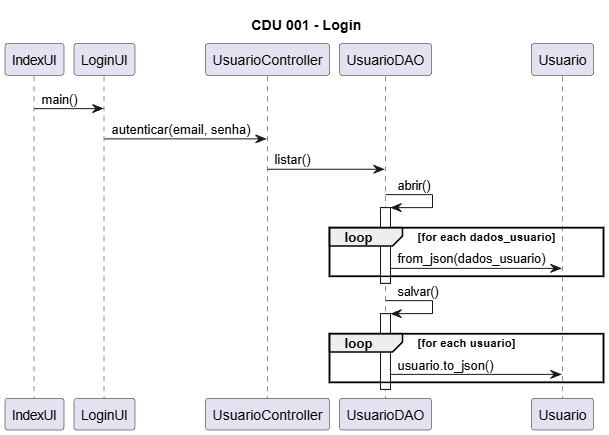
Before: diagramas/imagens/diagramas_de_sequencia/cdu_001.png, a diagram exported from PlantUML (B1EL124/Projeto-QSEVA). Its source is kept beside it as diagramas/plantUML/diagramas_de_sequencia/cdu_001.puml. The source it was exported from:
```plantuml
@startuml cdu_001_login
title CDU 001 - Login

participant IndexUI
participant LoginUI
participant UsuarioController
participant UsuarioDAO
participant Usuario

IndexUI -> LoginUI: main()

LoginUI -> UsuarioController: autenticar(email, senha)

UsuarioController -> UsuarioDAO: listar()

UsuarioDAO -> UsuarioDAO: abrir()

activate UsuarioDAO
loop for each dados_usuario
    UsuarioDAO -> Usuario: from_json(dados_usuario)
end
deactivate UsuarioDAO

UsuarioDAO -> UsuarioDAO: salvar()

activate UsuarioDAO
loop for each usuario
    UsuarioDAO -> Usuario: usuario.to_json()
end
deactivate UsuarioDAO

@enduml
```
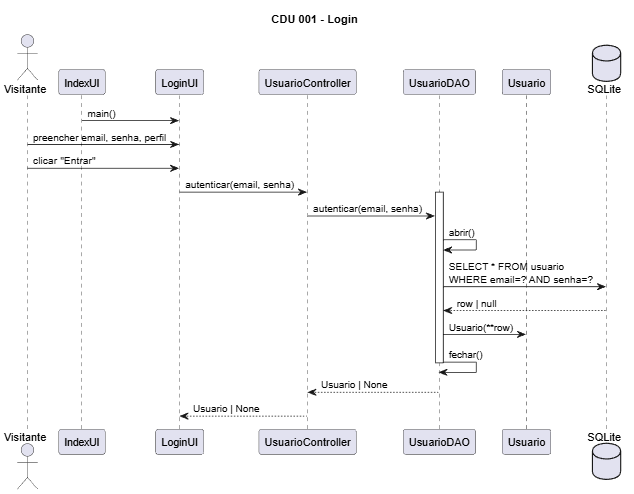
The same file after the commit.

Diff of the diagram source:
```diff
@@ -1,32 +1,32 @@
-@startuml cdu_001_login
+@startuml cdu_001.puml
 title CDU 001 - Login
+
+actor Visitante
 
 participant IndexUI
 participant LoginUI
 participant UsuarioController
 participant UsuarioDAO
 participant Usuario
+database SQLite
 
 IndexUI -> LoginUI: main()
 
+Visitante -> LoginUI: preencher email, senha, perfil
+Visitante -> LoginUI: clicar "Entrar"
+
 LoginUI -> UsuarioController: autenticar(email, senha)
 
-UsuarioController -> UsuarioDAO: listar()
-
+activate UsuarioDAO
+UsuarioController -> UsuarioDAO: autenticar(email, senha)
 UsuarioDAO -> UsuarioDAO: abrir()
-
-activate UsuarioDAO
-loop for each dados_usuario
-    UsuarioDAO -> Usuario: from_json(dados_usuario)
-end
+UsuarioDAO -> SQLite: SELECT * FROM usuario\nWHERE email=? AND senha=?
+SQLite --> UsuarioDAO: row | null
+UsuarioDAO -> Usuario: Usuario(**row)
+UsuarioDAO -> UsuarioDAO: fechar()
 deactivate UsuarioDAO
 
-UsuarioDAO -> UsuarioDAO: salvar()
-
-activate UsuarioDAO
-loop for each usuario
-    UsuarioDAO -> Usuario: usuario.to_json()
-end
-deactivate UsuarioDAO
+UsuarioDAO --> UsuarioController: Usuario | None
+UsuarioController --> LoginUI: Usuario | None
 
 @enduml
```
